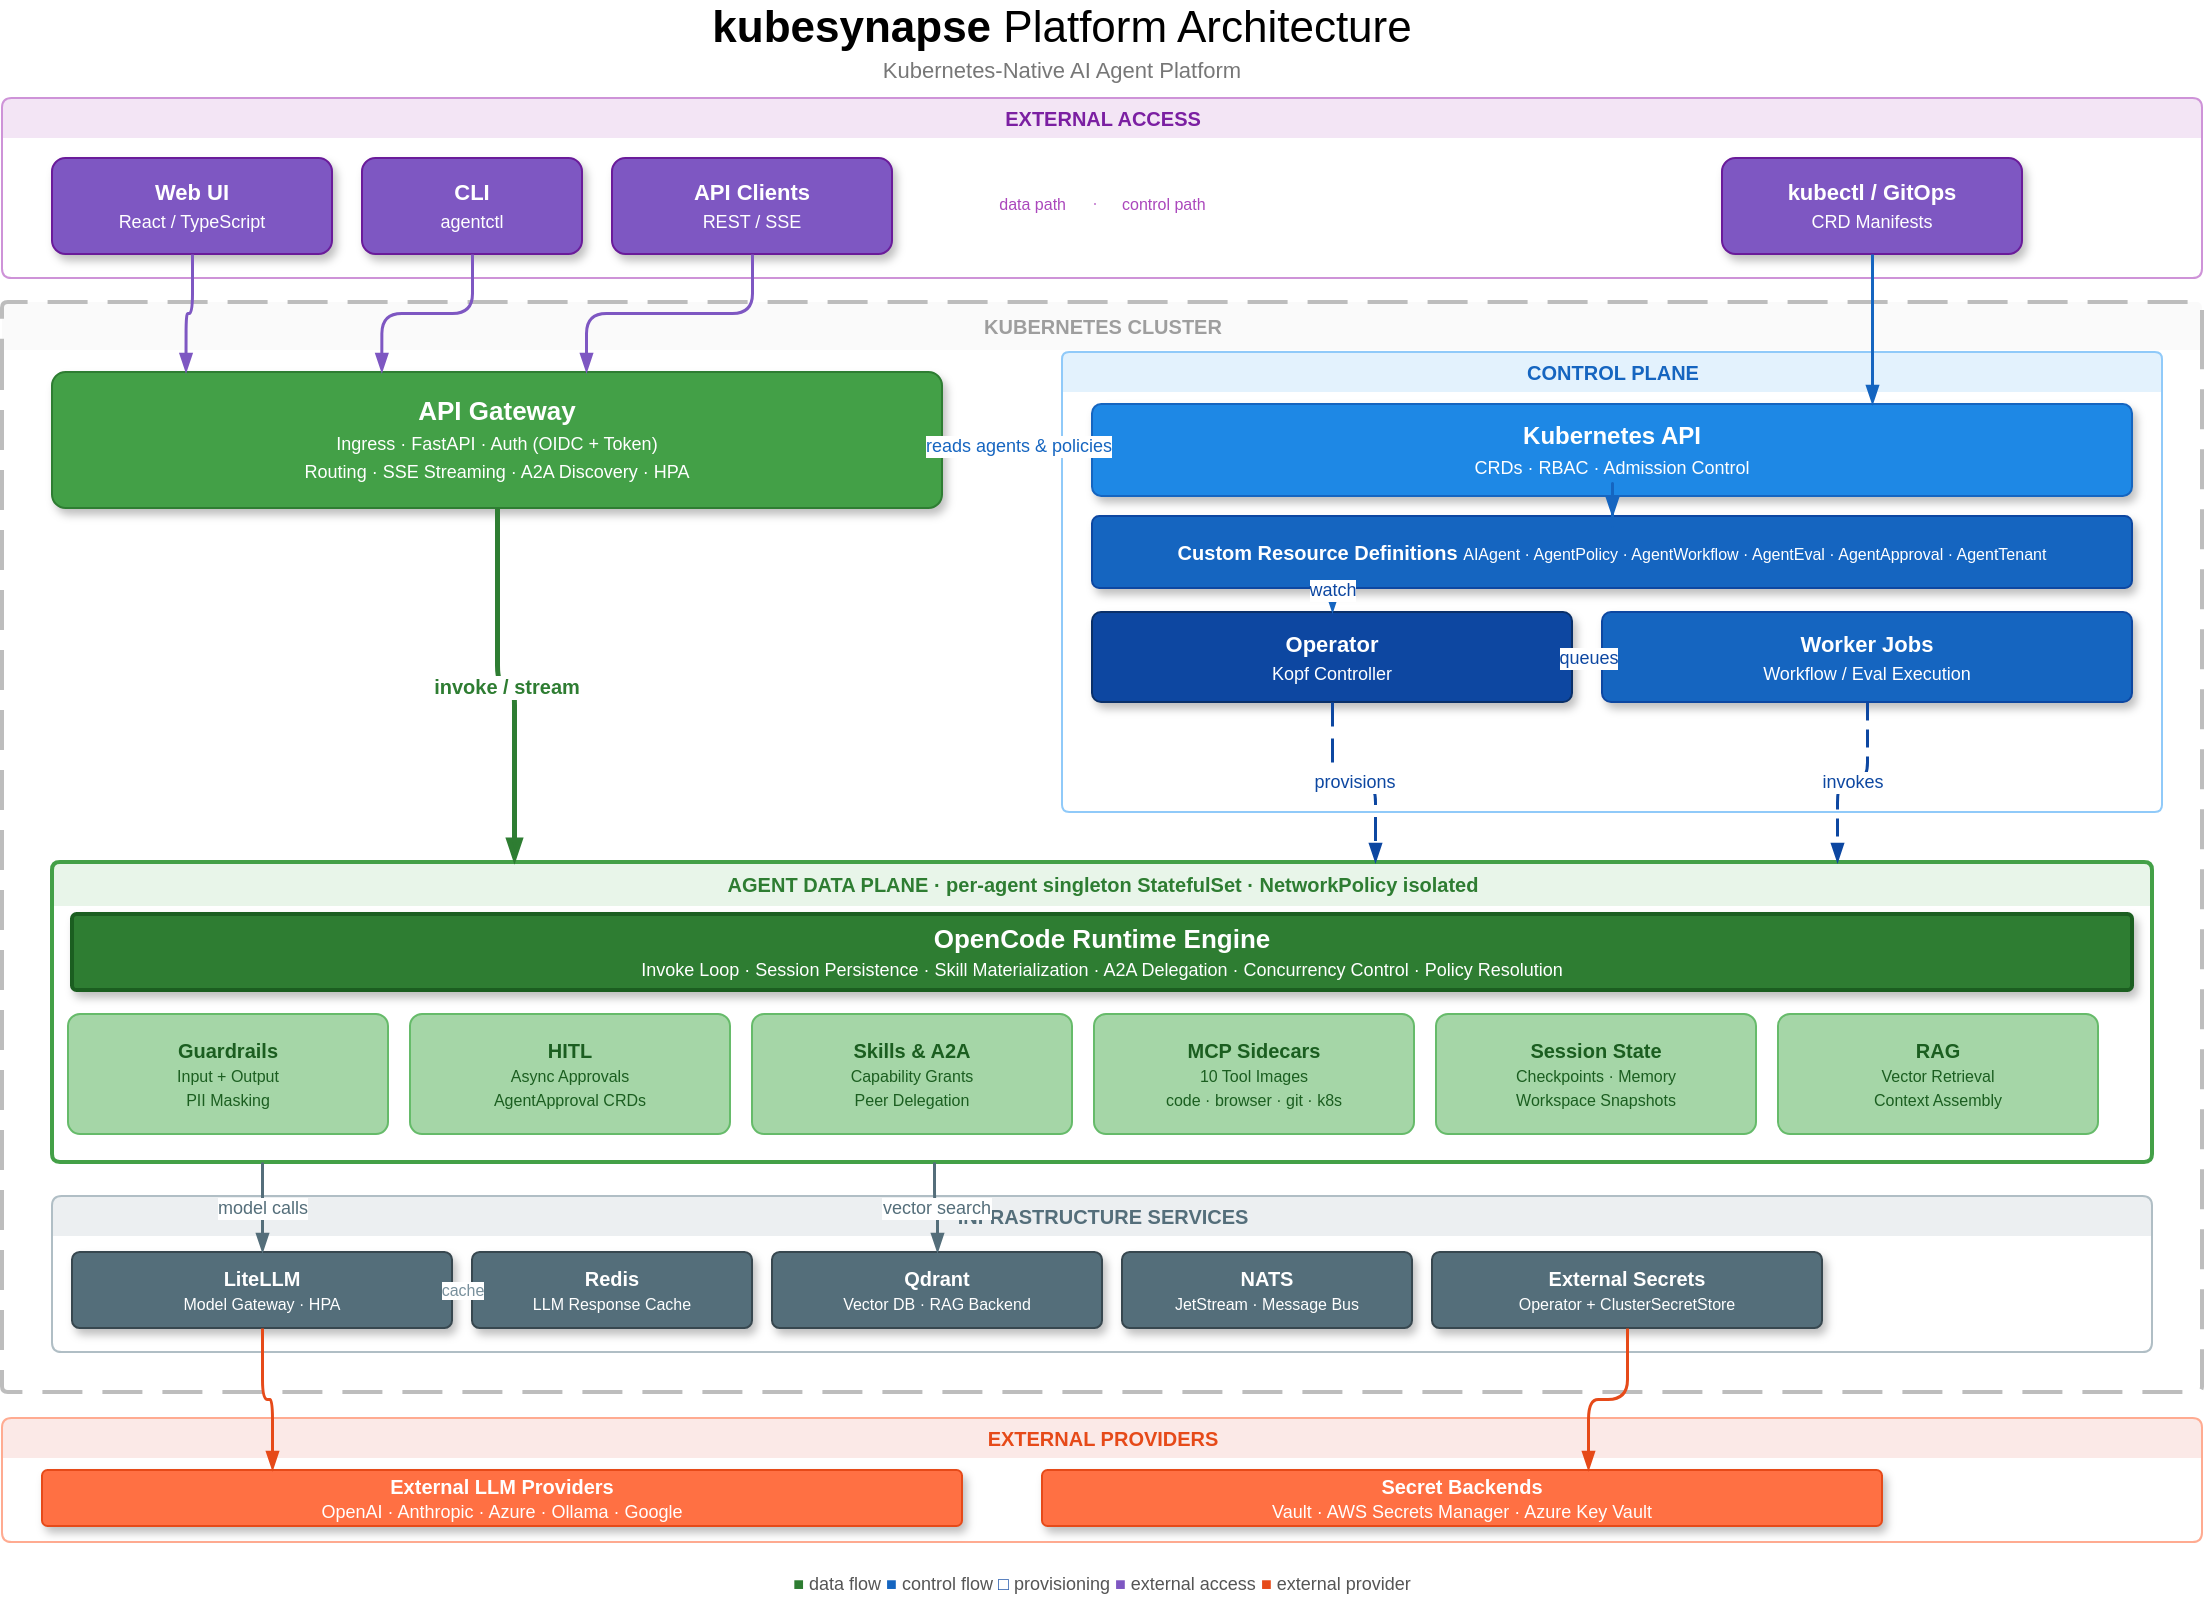
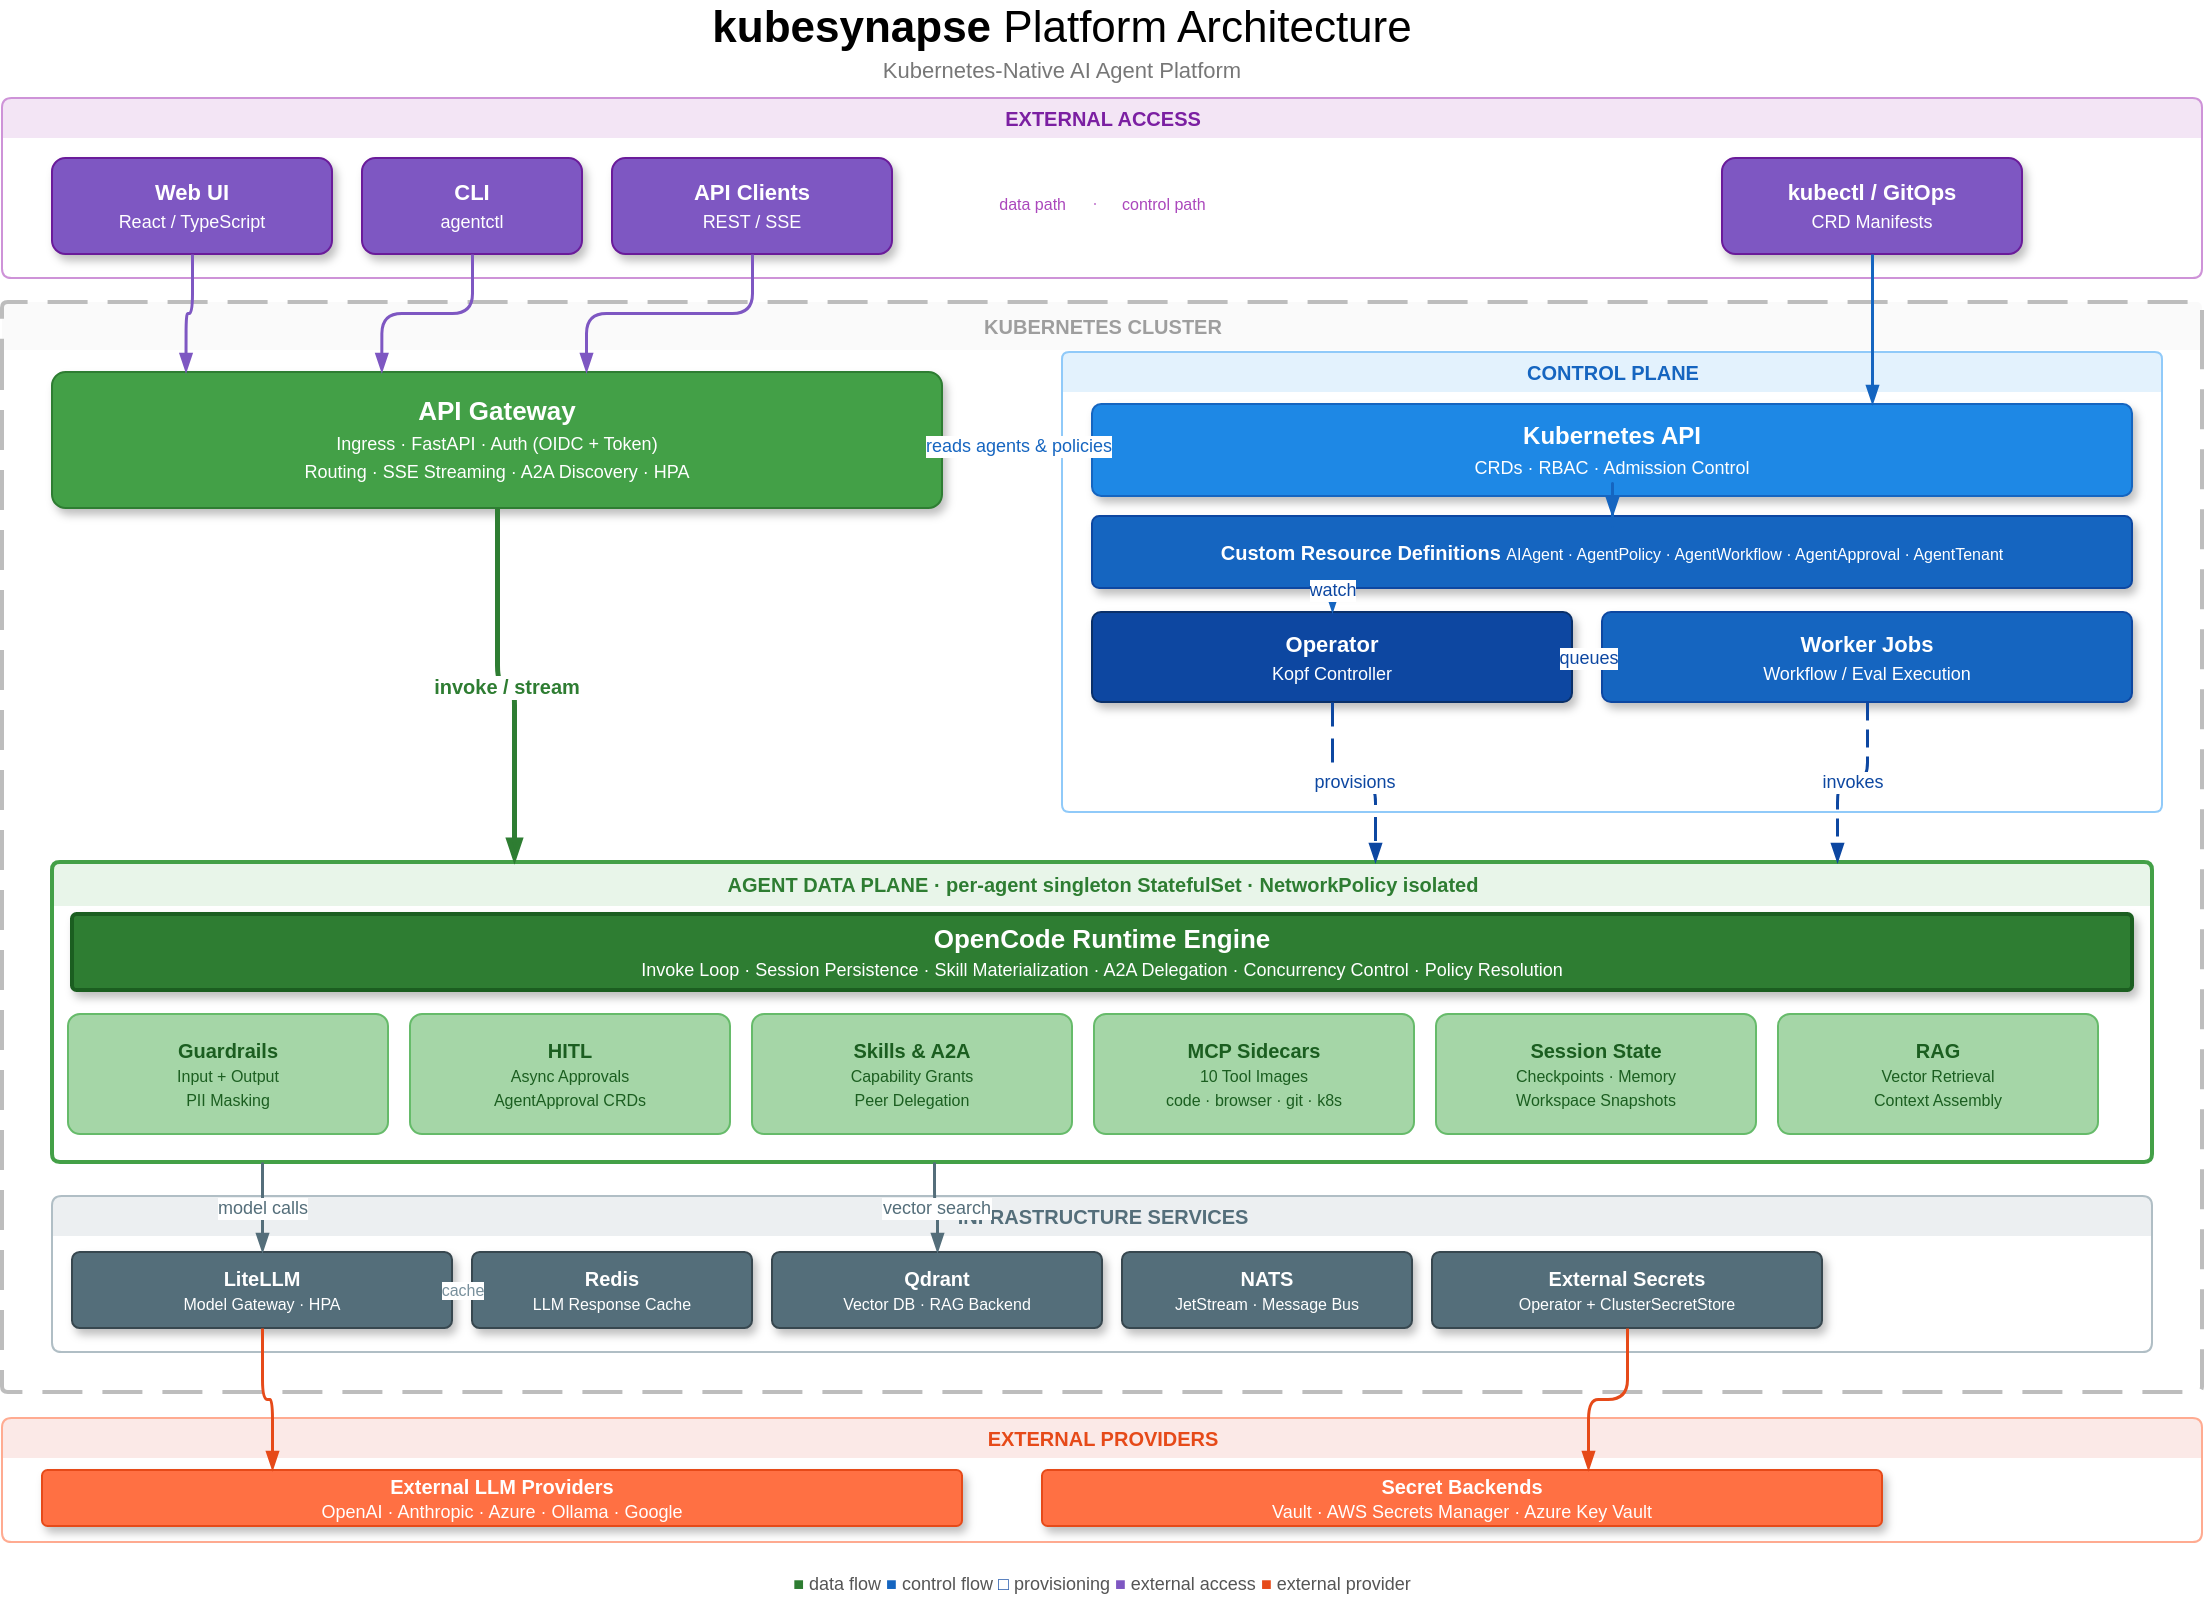
<mxfile host="Electron" agent="Mozilla/5.0 (Windows NT 10.0; Win64; x64) AppleWebKit/537.36 (KHTML, like Gecko) draw.io/29.6.6 Chrome/144.0.7559.236 Electron/40.8.4 Safari/537.36" version="29.6.6">
  <diagram name="kubesynapse Architecture" id="kubesynapse-arch">
    <mxGraphModel dx="1303" dy="834" grid="1" gridSize="10" guides="1" tooltips="1" connect="1" arrows="1" fold="1" page="1" pageScale="1" pageWidth="1250" pageHeight="850" math="0" shadow="0" adaptiveColors="auto">
      <root>
        <mxCell id="0" />
        <mxCell id="1" parent="0" />
        <mxCell id="title" parent="1" style="text;html=1;align=center;verticalAlign=middle;whiteSpace=wrap;rounded=0;strokeColor=none;fillColor=none;" value="&lt;font style=&#39;font-size:22px&#39;&gt;&lt;b&gt;kubesynapse&lt;/b&gt; Platform Architecture&lt;/font&gt;&lt;br&gt;&lt;font style=&#39;font-size:11px;color:#777&#39;&gt;Kubernetes-Native AI Agent Platform&lt;/font&gt;" vertex="1">
          <mxGeometry height="40" width="560" x="300" y="10" as="geometry" />
        </mxCell>
        <mxCell id="ext_access" parent="1" style="swimlane;startSize=20;rounded=1;fillColor=#F3E5F5;strokeColor=#CE93D8;swimlaneLine=0;fontColor=#7B1FA2;fontSize=10;fontStyle=1;html=1;shadow=0;arcSize=8;" value="EXTERNAL ACCESS" vertex="1">
          <mxGeometry height="90" width="1100" x="50" y="58" as="geometry" />
        </mxCell>
        <mxCell id="web_ui" parent="ext_access" style="rounded=1;whiteSpace=wrap;html=1;fillColor=#7E57C2;strokeColor=#6A1B9A;fontColor=#FFFFFF;fontSize=11;shadow=1;arcSize=14;" value="&lt;b&gt;Web UI&lt;/b&gt;&lt;br&gt;&lt;font style=&#39;font-size:9px&#39;&gt;React / TypeScript&lt;/font&gt;" vertex="1">
          <mxGeometry height="48" width="140" x="25" y="30" as="geometry" />
        </mxCell>
        <mxCell id="cli_node" parent="ext_access" style="rounded=1;whiteSpace=wrap;html=1;fillColor=#7E57C2;strokeColor=#6A1B9A;fontColor=#FFFFFF;fontSize=11;shadow=1;arcSize=14;" value="&lt;b&gt;CLI&lt;/b&gt;&lt;br&gt;&lt;font style=&#39;font-size:9px&#39;&gt;agentctl&lt;/font&gt;" vertex="1">
          <mxGeometry height="48" width="110" x="180" y="30" as="geometry" />
        </mxCell>
        <mxCell id="api_clients" parent="ext_access" style="rounded=1;whiteSpace=wrap;html=1;fillColor=#7E57C2;strokeColor=#6A1B9A;fontColor=#FFFFFF;fontSize=11;shadow=1;arcSize=14;" value="&lt;b&gt;API Clients&lt;/b&gt;&lt;br&gt;&lt;font style=&#39;font-size:9px&#39;&gt;REST / SSE&lt;/font&gt;" vertex="1">
          <mxGeometry height="48" width="140" x="305" y="30" as="geometry" />
        </mxCell>
        <mxCell id="kubectl" parent="ext_access" style="rounded=1;whiteSpace=wrap;html=1;fillColor=#7E57C2;strokeColor=#6A1B9A;fontColor=#FFFFFF;fontSize=11;shadow=1;arcSize=14;" value="&lt;b&gt;kubectl / GitOps&lt;/b&gt;&lt;br&gt;&lt;font style=&#39;font-size:9px&#39;&gt;CRD Manifests&lt;/font&gt;" vertex="1">
          <mxGeometry height="48" width="150" x="860" y="30" as="geometry" />
        </mxCell>
        <mxCell id="sep_label_data" parent="ext_access" style="text;html=1;align=right;verticalAlign=middle;whiteSpace=wrap;strokeColor=none;fillColor=none;" value="&lt;font style=&#39;font-size:8px;color:#AB47BC&#39;&gt;data path&lt;/font&gt;" vertex="1">
          <mxGeometry height="20" width="72" x="462" y="42" as="geometry" />
        </mxCell>
        <mxCell id="sep_label_ctrl" parent="ext_access" style="text;html=1;align=left;verticalAlign=middle;whiteSpace=wrap;strokeColor=none;fillColor=none;" value="&lt;font style=&#39;font-size:8px;color:#AB47BC&#39;&gt;control path&lt;/font&gt;" vertex="1">
          <mxGeometry height="20" width="78" x="558" y="42" as="geometry" />
        </mxCell>
        <mxCell id="sep_divider" parent="ext_access" style="line;strokeColor=#CE93D8;strokeWidth=1;dashed=1;dashPattern=4 4;fillColor=none;" value="" vertex="1">
          <mxGeometry height="50" width="1" x="546" y="28" as="geometry" />
        </mxCell>
        <mxCell id="k8s_boundary" parent="1" style="swimlane;startSize=24;rounded=1;fillColor=#FAFAFA;strokeColor=#BDBDBD;swimlaneLine=0;fontColor=#9E9E9E;fontSize=10;fontStyle=1;html=1;shadow=0;arcSize=4;strokeWidth=2;dashed=1;dashPattern=10 5;" value="KUBERNETES CLUSTER" vertex="1">
          <mxGeometry height="545" width="1100" x="50" y="160" as="geometry">
            <mxRectangle height="30" width="160" x="50" y="160" as="alternateBounds" />
          </mxGeometry>
        </mxCell>
        <mxCell id="apigw" parent="k8s_boundary" style="rounded=1;whiteSpace=wrap;html=1;fillColor=#43A047;strokeColor=#2E7D32;fontColor=#FFFFFF;fontSize=12;shadow=1;arcSize=10;" value="&lt;b style=&#39;font-size:13px&#39;&gt;API Gateway&lt;/b&gt;&lt;br&gt;&lt;font style=&#39;font-size:9px&#39;&gt;Ingress · FastAPI · Auth (OIDC + Token)&lt;br&gt;Routing · SSE Streaming · A2A Discovery · HPA&lt;/font&gt;" vertex="1">
          <mxGeometry height="68" width="445" x="25" y="35" as="geometry" />
        </mxCell>
        <mxCell id="ctrl_plane" parent="k8s_boundary" style="swimlane;startSize=20;rounded=1;fillColor=#E3F2FD;strokeColor=#90CAF9;swimlaneLine=0;fontColor=#1565C0;fontSize=10;fontStyle=1;html=1;shadow=0;arcSize=6;" value="CONTROL PLANE" vertex="1">
          <mxGeometry height="230" width="550" x="530" y="25" as="geometry" />
        </mxCell>
        <mxCell id="k8s_api" parent="ctrl_plane" style="rounded=1;whiteSpace=wrap;html=1;fillColor=#1E88E5;strokeColor=#1565C0;fontColor=#FFFFFF;fontSize=12;shadow=1;arcSize=10;" value="&lt;b&gt;Kubernetes API&lt;/b&gt;&lt;br&gt;&lt;font style=&#39;font-size:9px&#39;&gt;CRDs · RBAC · Admission Control&lt;/font&gt;" vertex="1">
          <mxGeometry height="46" width="520" x="15" y="26" as="geometry" />
        </mxCell>
-         <mxCell id="crds" parent="ctrl_plane" style="rounded=1;whiteSpace=wrap;html=1;fillColor=#1565C0;strokeColor=#0D47A1;fontColor=#FFFFFF;fontSize=10;shadow=1;arcSize=10;" value="&lt;b&gt;Custom Resource Definitions&lt;/b&gt;  &lt;font style=&#39;font-size:8px&#39;&gt;AIAgent · AgentPolicy · AgentWorkflow · AgentEval · AgentApproval · AgentTenant&lt;/font&gt;" vertex="1">
+         <mxCell id="crds" parent="ctrl_plane" style="rounded=1;whiteSpace=wrap;html=1;fillColor=#1565C0;strokeColor=#0D47A1;fontColor=#FFFFFF;fontSize=10;shadow=1;arcSize=10;" value="&lt;b&gt;Custom Resource Definitions&lt;/b&gt;  &lt;font style=&#39;font-size:8px&#39;&gt;AIAgent · AgentPolicy · AgentWorkflow · AgentApproval · AgentTenant&lt;/font&gt;" vertex="1">
          <mxGeometry height="36" width="520" x="15" y="82" as="geometry" />
        </mxCell>
        <mxCell id="operator" parent="ctrl_plane" style="rounded=1;whiteSpace=wrap;html=1;fillColor=#0D47A1;strokeColor=#0A3069;fontColor=#FFFFFF;fontSize=11;shadow=1;arcSize=10;" value="&lt;b&gt;Operator&lt;/b&gt;&lt;br&gt;&lt;font style=&#39;font-size:9px&#39;&gt;Kopf Controller&lt;/font&gt;" vertex="1">
          <mxGeometry height="45" width="240" x="15" y="130" as="geometry" />
        </mxCell>
        <mxCell id="workers" parent="ctrl_plane" style="rounded=1;whiteSpace=wrap;html=1;fillColor=#1565C0;strokeColor=#0D47A1;fontColor=#FFFFFF;fontSize=11;shadow=1;arcSize=10;" value="&lt;b&gt;Worker Jobs&lt;/b&gt;&lt;br&gt;&lt;font style=&#39;font-size:9px&#39;&gt;Workflow / Eval Execution&lt;/font&gt;" vertex="1">
          <mxGeometry height="45" width="265" x="270" y="130" as="geometry" />
        </mxCell>
        <mxCell id="data_plane" parent="k8s_boundary" style="swimlane;startSize=22;rounded=1;fillColor=#E8F5E9;strokeColor=#43A047;swimlaneLine=0;fontColor=#2E7D32;fontSize=10;fontStyle=1;html=1;shadow=0;arcSize=6;strokeWidth=2;" value="AGENT DATA PLANE  ·  per-agent singleton StatefulSet  ·  NetworkPolicy isolated" vertex="1">
          <mxGeometry height="150" width="1050" x="25" y="280" as="geometry" />
        </mxCell>
        <mxCell id="runtime" parent="data_plane" style="rounded=1;whiteSpace=wrap;html=1;fillColor=#2E7D32;strokeColor=#1B5E20;fontColor=#FFFFFF;fontSize=12;shadow=1;arcSize=6;strokeWidth=2;" value="&lt;b style=&#39;font-size:13px&#39;&gt;OpenCode Runtime Engine&lt;/b&gt;&lt;br&gt;&lt;font style=&#39;font-size:9px&#39;&gt;Invoke Loop · Session Persistence · Skill Materialization · A2A Delegation · Concurrency Control · Policy Resolution&lt;/font&gt;" vertex="1">
          <mxGeometry height="38" width="1030" x="10" y="26" as="geometry" />
        </mxCell>
        <mxCell id="guardrails" parent="data_plane" style="rounded=1;whiteSpace=wrap;html=1;fillColor=#A5D6A7;strokeColor=#66BB6A;fontColor=#1B5E20;fontSize=10;arcSize=10;" value="&lt;b&gt;Guardrails&lt;/b&gt;&lt;br&gt;&lt;font style=&#39;font-size:8px&#39;&gt;Input + Output&lt;br&gt;PII Masking&lt;/font&gt;" vertex="1">
          <mxGeometry height="60" width="160" x="8" y="76" as="geometry" />
        </mxCell>
        <mxCell id="hitl" parent="data_plane" style="rounded=1;whiteSpace=wrap;html=1;fillColor=#A5D6A7;strokeColor=#66BB6A;fontColor=#1B5E20;fontSize=10;arcSize=10;" value="&lt;b&gt;HITL&lt;/b&gt;&lt;br&gt;&lt;font style=&#39;font-size:8px&#39;&gt;Async Approvals&lt;br&gt;AgentApproval CRDs&lt;/font&gt;" vertex="1">
          <mxGeometry height="60" width="160" x="179" y="76" as="geometry" />
        </mxCell>
        <mxCell id="skills" parent="data_plane" style="rounded=1;whiteSpace=wrap;html=1;fillColor=#A5D6A7;strokeColor=#66BB6A;fontColor=#1B5E20;fontSize=10;arcSize=10;" value="&lt;b&gt;Skills &amp;amp; A2A&lt;/b&gt;&lt;br&gt;&lt;font style=&#39;font-size:8px&#39;&gt;Capability Grants&lt;br&gt;Peer Delegation&lt;/font&gt;" vertex="1">
          <mxGeometry height="60" width="160" x="350" y="76" as="geometry" />
        </mxCell>
        <mxCell id="mcp_sidecars" parent="data_plane" style="rounded=1;whiteSpace=wrap;html=1;fillColor=#A5D6A7;strokeColor=#66BB6A;fontColor=#1B5E20;fontSize=10;arcSize=10;" value="&lt;b&gt;MCP Sidecars&lt;/b&gt;&lt;br&gt;&lt;font style=&#39;font-size:8px&#39;&gt;10 Tool Images&lt;br&gt;code · browser · git · k8s&lt;/font&gt;" vertex="1">
          <mxGeometry height="60" width="160" x="521" y="76" as="geometry" />
        </mxCell>
        <mxCell id="session_pvc" parent="data_plane" style="rounded=1;whiteSpace=wrap;html=1;fillColor=#A5D6A7;strokeColor=#66BB6A;fontColor=#1B5E20;fontSize=10;arcSize=10;" value="&lt;b&gt;Session State&lt;/b&gt;&lt;br&gt;&lt;font style=&#39;font-size:8px&#39;&gt;Checkpoints · Memory&lt;br&gt;Workspace Snapshots&lt;/font&gt;" vertex="1">
          <mxGeometry height="60" width="160" x="692" y="76" as="geometry" />
        </mxCell>
        <mxCell id="rag" parent="data_plane" style="rounded=1;whiteSpace=wrap;html=1;fillColor=#A5D6A7;strokeColor=#66BB6A;fontColor=#1B5E20;fontSize=10;arcSize=10;" value="&lt;b&gt;RAG&lt;/b&gt;&lt;br&gt;&lt;font style=&#39;font-size:8px&#39;&gt;Vector Retrieval&lt;br&gt;Context Assembly&lt;/font&gt;" vertex="1">
          <mxGeometry height="60" width="160" x="863" y="76" as="geometry" />
        </mxCell>
        <mxCell id="infra" parent="k8s_boundary" style="swimlane;startSize=20;rounded=1;fillColor=#ECEFF1;strokeColor=#B0BEC5;swimlaneLine=0;fontColor=#546E7A;fontSize=10;fontStyle=1;html=1;shadow=0;arcSize=8;" value="INFRASTRUCTURE SERVICES" vertex="1">
          <mxGeometry height="78" width="1050" x="25" y="447" as="geometry" />
        </mxCell>
        <mxCell id="litellm" parent="infra" style="rounded=1;whiteSpace=wrap;html=1;fillColor=#546E7A;strokeColor=#37474F;fontColor=#FFFFFF;fontSize=10;shadow=1;arcSize=10;" value="&lt;b&gt;LiteLLM&lt;/b&gt;&lt;br&gt;&lt;font style=&#39;font-size:8px&#39;&gt;Model Gateway · HPA&lt;/font&gt;" vertex="1">
          <mxGeometry height="38" width="190" x="10" y="28" as="geometry" />
        </mxCell>
        <mxCell id="redis" parent="infra" style="rounded=1;whiteSpace=wrap;html=1;fillColor=#546E7A;strokeColor=#37474F;fontColor=#FFFFFF;fontSize=10;shadow=1;arcSize=10;" value="&lt;b&gt;Redis&lt;/b&gt;&lt;br&gt;&lt;font style=&#39;font-size:8px&#39;&gt;LLM Response Cache&lt;/font&gt;" vertex="1">
          <mxGeometry height="38" width="140" x="210" y="28" as="geometry" />
        </mxCell>
        <mxCell id="qdrant" parent="infra" style="rounded=1;whiteSpace=wrap;html=1;fillColor=#546E7A;strokeColor=#37474F;fontColor=#FFFFFF;fontSize=10;shadow=1;arcSize=10;" value="&lt;b&gt;Qdrant&lt;/b&gt;&lt;br&gt;&lt;font style=&#39;font-size:8px&#39;&gt;Vector DB · RAG Backend&lt;/font&gt;" vertex="1">
          <mxGeometry height="38" width="165" x="360" y="28" as="geometry" />
        </mxCell>
        <mxCell id="nats" parent="infra" style="rounded=1;whiteSpace=wrap;html=1;fillColor=#546E7A;strokeColor=#37474F;fontColor=#FFFFFF;fontSize=10;shadow=1;arcSize=10;" value="&lt;b&gt;NATS&lt;/b&gt;&lt;br&gt;&lt;font style=&#39;font-size:8px&#39;&gt;JetStream · Message Bus&lt;/font&gt;" vertex="1">
          <mxGeometry height="38" width="145" x="535" y="28" as="geometry" />
        </mxCell>
        <mxCell id="ext_secrets" parent="infra" style="rounded=1;whiteSpace=wrap;html=1;fillColor=#546E7A;strokeColor=#37474F;fontColor=#FFFFFF;fontSize=10;shadow=1;arcSize=10;" value="&lt;b&gt;External Secrets&lt;/b&gt;&lt;br&gt;&lt;font style=&#39;font-size:8px&#39;&gt;Operator + ClusterSecretStore&lt;/font&gt;" vertex="1">
          <mxGeometry height="38" width="195" x="690" y="28" as="geometry" />
        </mxCell>
        <mxCell id="ext_providers" parent="1" style="swimlane;startSize=20;rounded=1;fillColor=#FBE9E7;strokeColor=#FFAB91;swimlaneLine=0;fontColor=#E64A19;fontSize=10;fontStyle=1;html=1;shadow=0;arcSize=8;" value="EXTERNAL PROVIDERS" vertex="1">
          <mxGeometry height="62" width="1100" x="50" y="718" as="geometry" />
        </mxCell>
        <mxCell id="llm_providers" parent="ext_providers" style="rounded=1;whiteSpace=wrap;html=1;fillColor=#FF7043;strokeColor=#E64A19;fontColor=#FFFFFF;fontSize=10;shadow=1;arcSize=10;" value="&lt;b&gt;External LLM Providers&lt;/b&gt;&lt;br&gt;&lt;font style=&#39;font-size:9px&#39;&gt;OpenAI · Anthropic · Azure · Ollama · Google&lt;/font&gt;" vertex="1">
          <mxGeometry height="28" width="460" x="20" y="26" as="geometry" />
        </mxCell>
        <mxCell id="secret_stores" parent="ext_providers" style="rounded=1;whiteSpace=wrap;html=1;fillColor=#FF7043;strokeColor=#E64A19;fontColor=#FFFFFF;fontSize=10;shadow=1;arcSize=10;" value="&lt;b&gt;Secret Backends&lt;/b&gt;&lt;br&gt;&lt;font style=&#39;font-size:9px&#39;&gt;Vault · AWS Secrets Manager · Azure Key Vault&lt;/font&gt;" vertex="1">
          <mxGeometry height="28" width="420" x="520" y="26" as="geometry" />
        </mxCell>
        <mxCell id="legend" parent="1" style="text;html=1;align=center;verticalAlign=middle;whiteSpace=wrap;strokeColor=none;fillColor=none;fontSize=9;" value="&lt;font style=&#39;font-size:9px;color:#555&#39;&gt;&lt;font color=&#39;#2E7D32&#39;&gt;■&lt;/font&gt; data flow    &lt;font color=&#39;#1565C0&#39;&gt;■&lt;/font&gt; control flow    &lt;font color=&#39;#0D47A1&#39;&gt;□&lt;/font&gt; provisioning    &lt;font color=&#39;#7E57C2&#39;&gt;■&lt;/font&gt; external access    &lt;font color=&#39;#E64A19&#39;&gt;■&lt;/font&gt; external provider&lt;/font&gt;" vertex="1">
          <mxGeometry height="22" width="1100" x="50" y="790" as="geometry" />
        </mxCell>
        <mxCell id="e_ui_gw" edge="1" parent="1" source="web_ui" style="edgeStyle=orthogonalEdgeStyle;rounded=1;orthogonalLoop=1;jettySize=auto;html=1;strokeColor=#7E57C2;strokeWidth=1.5;endArrow=blockThin;endFill=1;exitX=0.5;exitY=1;exitDx=0;exitDy=0;entryX=0.15;entryY=0;entryDx=0;entryDy=0;" target="apigw">
          <mxGeometry relative="1" as="geometry" />
        </mxCell>
        <mxCell id="e_cli_gw" edge="1" parent="1" source="cli_node" style="edgeStyle=orthogonalEdgeStyle;rounded=1;orthogonalLoop=1;jettySize=auto;html=1;strokeColor=#7E57C2;strokeWidth=1.5;endArrow=blockThin;endFill=1;exitX=0.5;exitY=1;exitDx=0;exitDy=0;entryX=0.37;entryY=0;entryDx=0;entryDy=0;" target="apigw">
          <mxGeometry relative="1" as="geometry" />
        </mxCell>
        <mxCell id="e_api_gw" edge="1" parent="1" source="api_clients" style="edgeStyle=orthogonalEdgeStyle;rounded=1;orthogonalLoop=1;jettySize=auto;html=1;strokeColor=#7E57C2;strokeWidth=1.5;endArrow=blockThin;endFill=1;exitX=0.5;exitY=1;exitDx=0;exitDy=0;entryX=0.6;entryY=0;entryDx=0;entryDy=0;" target="apigw">
          <mxGeometry relative="1" as="geometry" />
        </mxCell>
        <mxCell id="e_kubectl_k8s" edge="1" parent="1" source="kubectl" style="edgeStyle=orthogonalEdgeStyle;rounded=1;orthogonalLoop=1;jettySize=auto;html=1;strokeColor=#1565C0;strokeWidth=1.5;endArrow=blockThin;endFill=1;exitX=0.5;exitY=1;exitDx=0;exitDy=0;entryX=0.75;entryY=0;entryDx=0;entryDy=0;" target="k8s_api">
          <mxGeometry relative="1" as="geometry" />
        </mxCell>
        <mxCell id="e_gw_k8s" edge="1" parent="1" source="apigw" style="edgeStyle=orthogonalEdgeStyle;rounded=1;orthogonalLoop=1;jettySize=auto;html=1;strokeColor=#90CAF9;strokeWidth=1.5;fontSize=9;fontColor=#1565C0;dashed=1;dashPattern=8 4;endArrow=blockThin;endFill=1;exitX=1;exitY=0.5;exitDx=0;exitDy=0;entryX=0;entryY=0.5;entryDx=0;entryDy=0;" target="k8s_api" value="reads agents &amp;amp; policies">
          <mxGeometry relative="1" as="geometry" />
        </mxCell>
        <mxCell id="e_gw_dp" edge="1" parent="1" source="apigw" style="edgeStyle=orthogonalEdgeStyle;rounded=1;orthogonalLoop=1;jettySize=auto;html=1;strokeColor=#2E7D32;strokeWidth=2.5;fontSize=10;fontColor=#2E7D32;endArrow=blockThin;endFill=1;exitX=0.5;exitY=1;exitDx=0;exitDy=0;entryX=0.22;entryY=0;entryDx=0;entryDy=0;" target="data_plane" value="&lt;b&gt;invoke / stream&lt;/b&gt;">
          <mxGeometry relative="1" as="geometry" />
        </mxCell>
        <mxCell id="e_k8s_crds" edge="1" parent="1" source="k8s_api" style="edgeStyle=orthogonalEdgeStyle;rounded=1;orthogonalLoop=1;jettySize=auto;html=1;strokeColor=#1565C0;strokeWidth=1.5;endArrow=blockThin;endFill=1;" target="crds">
          <mxGeometry relative="1" as="geometry" />
        </mxCell>
        <mxCell id="e_crds_op" edge="1" parent="1" source="crds" style="edgeStyle=orthogonalEdgeStyle;rounded=1;orthogonalLoop=1;jettySize=auto;html=1;strokeColor=#1565C0;strokeWidth=1.5;fontSize=9;fontColor=#0D47A1;endArrow=blockThin;endFill=1;exitX=0.25;exitY=1;exitDx=0;exitDy=0;entryX=0.5;entryY=0;entryDx=0;entryDy=0;" target="operator" value="watch">
          <mxGeometry relative="1" as="geometry" />
        </mxCell>
        <mxCell id="e_op_workers" edge="1" parent="1" source="operator" style="edgeStyle=orthogonalEdgeStyle;rounded=1;orthogonalLoop=1;jettySize=auto;html=1;strokeColor=#1565C0;strokeWidth=1.5;fontSize=9;fontColor=#0D47A1;endArrow=blockThin;endFill=1;exitX=1;exitY=0.5;exitDx=0;exitDy=0;entryX=0;entryY=0.5;entryDx=0;entryDy=0;" target="workers" value="queues">
          <mxGeometry relative="1" as="geometry" />
        </mxCell>
        <mxCell id="e_op_dp" edge="1" parent="1" source="operator" style="edgeStyle=orthogonalEdgeStyle;rounded=1;orthogonalLoop=1;jettySize=auto;html=1;strokeColor=#0D47A1;strokeWidth=1.5;fontSize=9;fontColor=#0D47A1;dashed=1;dashPattern=8 4;endArrow=blockThin;endFill=1;exitX=0.5;exitY=1;exitDx=0;exitDy=0;entryX=0.63;entryY=0;entryDx=0;entryDy=0;" target="data_plane" value="provisions">
          <mxGeometry relative="1" as="geometry" />
        </mxCell>
        <mxCell id="e_workers_dp" edge="1" parent="1" source="workers" style="edgeStyle=orthogonalEdgeStyle;rounded=1;orthogonalLoop=1;jettySize=auto;html=1;strokeColor=#0D47A1;strokeWidth=1.5;fontSize=9;fontColor=#0D47A1;dashed=1;dashPattern=6 3;endArrow=blockThin;endFill=1;exitX=0.5;exitY=1;exitDx=0;exitDy=0;entryX=0.85;entryY=0;entryDx=0;entryDy=0;" target="data_plane" value="invokes">
          <mxGeometry relative="1" as="geometry" />
        </mxCell>
        <mxCell id="e_dp_litellm" edge="1" parent="1" source="data_plane" style="edgeStyle=orthogonalEdgeStyle;rounded=1;orthogonalLoop=1;jettySize=auto;html=1;strokeColor=#546E7A;strokeWidth=1.5;fontSize=9;fontColor=#546E7A;endArrow=blockThin;endFill=1;exitX=0.1;exitY=1;exitDx=0;exitDy=0;entryX=0.5;entryY=0;entryDx=0;entryDy=0;" target="litellm" value="model calls">
          <mxGeometry relative="1" as="geometry" />
        </mxCell>
        <mxCell id="e_dp_qdrant" edge="1" parent="1" source="data_plane" style="edgeStyle=orthogonalEdgeStyle;rounded=1;orthogonalLoop=1;jettySize=auto;html=1;strokeColor=#546E7A;strokeWidth=1.5;fontSize=9;fontColor=#546E7A;endArrow=blockThin;endFill=1;exitX=0.42;exitY=1;exitDx=0;exitDy=0;entryX=0.5;entryY=0;entryDx=0;entryDy=0;" target="qdrant" value="vector search">
          <mxGeometry relative="1" as="geometry" />
        </mxCell>
        <mxCell id="e_litellm_redis" edge="1" parent="1" source="litellm" style="edgeStyle=orthogonalEdgeStyle;rounded=1;orthogonalLoop=1;jettySize=auto;html=1;strokeColor=#78909C;strokeWidth=1;fontSize=8;fontColor=#78909C;endArrow=blockThin;endFill=1;exitX=1;exitY=0.5;exitDx=0;exitDy=0;entryX=0;entryY=0.5;entryDx=0;entryDy=0;" target="redis" value="cache">
          <mxGeometry relative="1" as="geometry" />
        </mxCell>
        <mxCell id="e_litellm_llm" edge="1" parent="1" source="litellm" style="edgeStyle=orthogonalEdgeStyle;rounded=1;orthogonalLoop=1;jettySize=auto;html=1;strokeColor=#E64A19;strokeWidth=1.5;endArrow=blockThin;endFill=1;exitX=0.5;exitY=1;exitDx=0;exitDy=0;entryX=0.25;entryY=0;entryDx=0;entryDy=0;" target="llm_providers">
          <mxGeometry relative="1" as="geometry" />
        </mxCell>
        <mxCell id="e_extsec_stores" edge="1" parent="1" source="ext_secrets" style="edgeStyle=orthogonalEdgeStyle;rounded=1;orthogonalLoop=1;jettySize=auto;html=1;strokeColor=#E64A19;strokeWidth=1.5;endArrow=blockThin;endFill=1;exitX=0.5;exitY=1;exitDx=0;exitDy=0;entryX=0.65;entryY=0;entryDx=0;entryDy=0;" target="secret_stores">
          <mxGeometry relative="1" as="geometry" />
        </mxCell>
      </root>
    </mxGraphModel>
  </diagram>
</mxfile>
